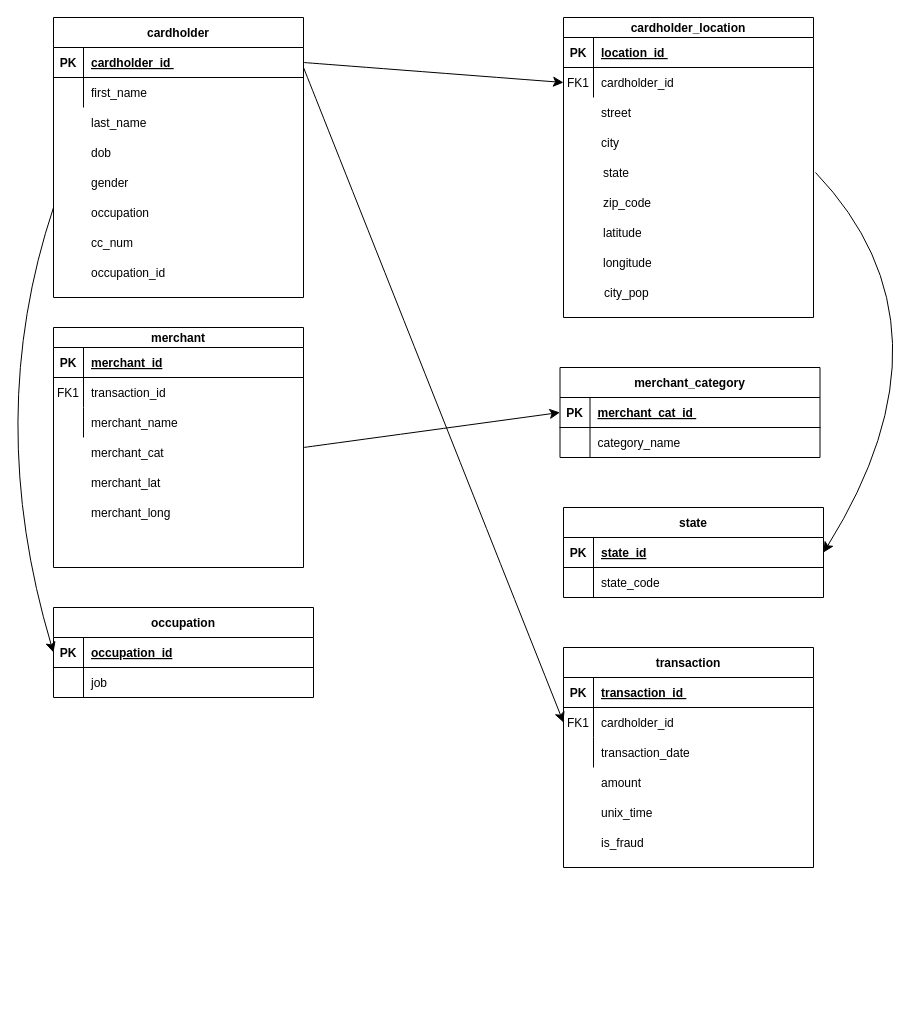
Before: Database_Schema.drawio in COP3710CreditCardFraudDetection/CCFraudDetectionDB, a draw.io diagram. Source tidied: cells renumbered, new cells numbered last; positions are measured from the earlier drawing's top-left corner, leaving out a move shared by most shapes. Both pictures are drawn from the tidied source at 100%, with x=0, y=0 at pixel (-17, 17).
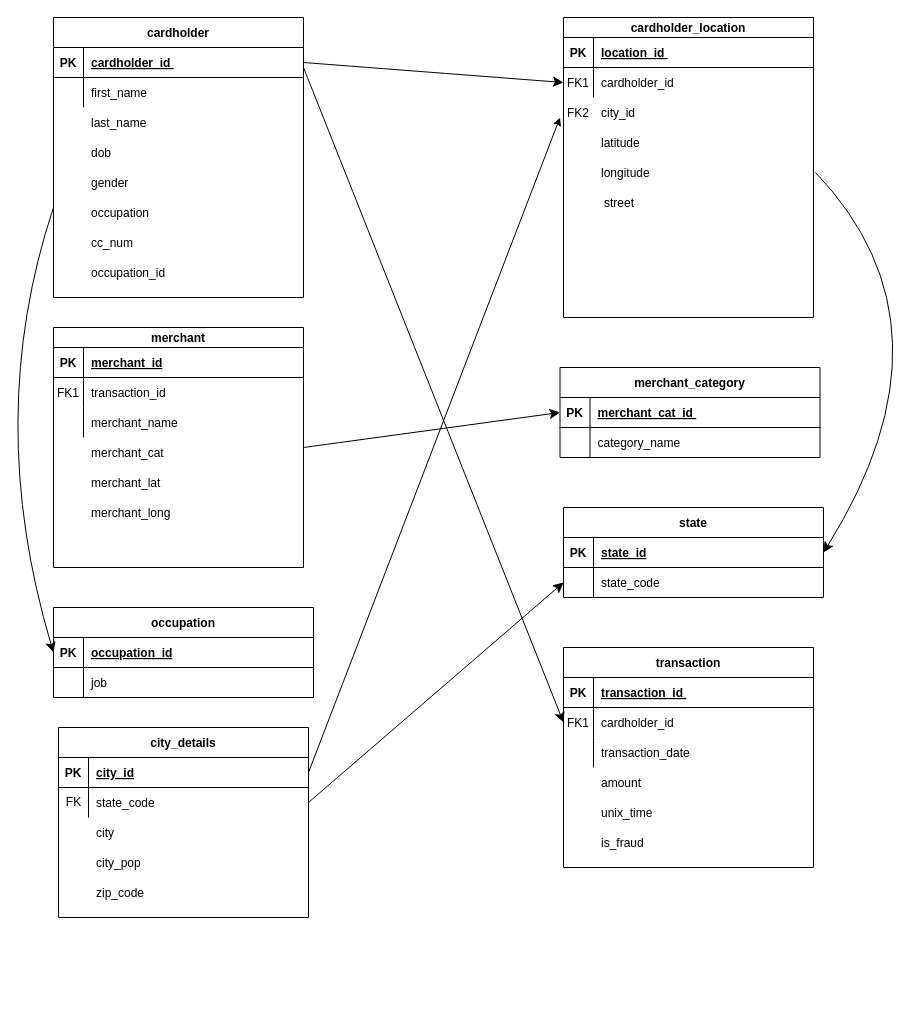
The same diagram, later.

Commit message:
Update schema with table city_details

The change refers to these unchanged cells:
```xml
<mxCell id="46" style="group;" parent="1" vertex="1">
  <mxGeometry x="580" width="253" height="300" as="geometry" />
</mxCell>
<mxCell id="80" style="shape=partialRectangle;fillColor=none;points=[[0,0.5],[1,0.5]];portConstraint=eastwest;top=0;left=0;right=0;bottom=0;" parent="76" vertex="1">
  <mxGeometry y="60" width="260" height="30" as="geometry" />
</mxCell>
```

Diff of the diagram source:
```diff
@@
-    <mxCell id="54" value="street " style="shape=partialRectangle;overflow=hidden;fillColor=none;top=0;left=0;bottom=0;right=0;align=left;spacingLeft=6;" parent="46" vertex="1">
+    <mxCell id="54" style="shape=partialRectangle;overflow=hidden;fillColor=none;top=0;left=0;bottom=0;right=0;align=left;spacingLeft=6;" parent="46" vertex="1">
       <mxGeometry x="30" y="80" width="220" height="30" as="geometry" />
     </mxCell>
-    <mxCell id="55" value="city " style="shape=partialRectangle;overflow=hidden;fillColor=none;top=0;left=0;bottom=0;right=0;align=left;spacingLeft=6;" parent="46" vertex="1">
+    <mxCell id="55" style="shape=partialRectangle;overflow=hidden;fillColor=none;top=0;left=0;bottom=0;right=0;align=left;spacingLeft=6;" parent="46" vertex="1">
       <mxGeometry x="30" y="110" width="220" height="30" as="geometry" />
     </mxCell>
-    <mxCell id="56" value="state " style="shape=partialRectangle;overflow=hidden;fillColor=none;top=0;left=0;bottom=0;right=0;align=left;spacingLeft=6;" parent="46" vertex="1">
+    <mxCell id="56" style="shape=partialRectangle;overflow=hidden;fillColor=none;top=0;left=0;bottom=0;right=0;align=left;spacingLeft=6;" parent="46" vertex="1">
       <mxGeometry x="32" y="140" width="220" height="30" as="geometry" />
     </mxCell>
-    <mxCell id="57" value="zip_code " style="shape=partialRectangle;overflow=hidden;fillColor=none;top=0;left=0;bottom=0;right=0;align=left;spacingLeft=6;" parent="46" vertex="1">
+    <mxCell id="57" style="shape=partialRectangle;overflow=hidden;fillColor=none;top=0;left=0;bottom=0;right=0;align=left;spacingLeft=6;" parent="46" vertex="1">
       <mxGeometry x="32" y="170" width="220" height="30" as="geometry" />
     </mxCell>
     <mxCell id="58" value="latitude " style="shape=partialRectangle;overflow=hidden;fillColor=none;top=0;left=0;bottom=0;right=0;align=left;spacingLeft=6;" parent="46" vertex="1">
-      <mxGeometry x="32" y="200" width="220" height="30" as="geometry" />
+      <mxGeometry x="30" y="110" width="220" height="30" as="geometry" />
     </mxCell>
     <mxCell id="59" value="longitude " style="shape=partialRectangle;overflow=hidden;fillColor=none;top=0;left=0;bottom=0;right=0;align=left;spacingLeft=6;" parent="46" vertex="1">
-      <mxGeometry x="32" y="230" width="220" height="30" as="geometry" />
+      <mxGeometry x="30" y="140" width="220" height="30" as="geometry" />
     </mxCell>
-    <mxCell id="60" value="city_pop " style="shape=partialRectangle;overflow=hidden;fillColor=none;top=0;left=0;bottom=0;right=0;align=left;spacingLeft=6;" parent="46" vertex="1">
+    <mxCell id="60" style="shape=partialRectangle;overflow=hidden;fillColor=none;top=0;left=0;bottom=0;right=0;align=left;spacingLeft=6;" parent="46" vertex="1">
       <mxGeometry x="33" y="260" width="220" height="30" as="geometry" />
     </mxCell>
+    <mxCell id="87" value="city_id" style="shape=partialRectangle;overflow=hidden;fillColor=none;top=0;left=0;bottom=0;right=0;align=left;spacingLeft=6;" parent="46" vertex="1">
+      <mxGeometry x="30" y="80" width="220" height="30" as="geometry" />
+    </mxCell>
+    <mxCell id="88" value="street" style="shape=partialRectangle;overflow=hidden;fillColor=none;top=0;left=0;bottom=0;right=0;align=left;spacingLeft=6;" parent="46" vertex="1">
+      <mxGeometry x="33" y="170" width="220" height="30" as="geometry" />
+    </mxCell>
+    <mxCell id="89" value="FK2" style="shape=partialRectangle;overflow=hidden;fillColor=none;top=0;left=0;bottom=0;right=0;" parent="46" vertex="1">
+      <mxGeometry y="80" width="30" height="30" as="geometry" />
+    </mxCell>
@@
+    <mxCell id="90" style="group;" parent="1" vertex="1">
+      <mxGeometry x="80" y="710" width="250" height="280" as="geometry" />
+    </mxCell>
+    <mxCell id="91" value="city_details" style="shape=table;startSize=30;childLayout=tableLayout;rowLines=0;fontStyle=1;align=center;" parent="90" vertex="1">
+      <mxGeometry x="-5" width="250" height="190" as="geometry" />
+    </mxCell>
+    <mxCell id="92" style="shape=partialRectangle;fillColor=none;points=[[0,0.5],[1,0.5]];portConstraint=eastwest;top=0;left=0;right=0;bottom=1;" parent="91" vertex="1">
+      <mxGeometry y="30" width="250" height="30" as="geometry" />
+    </mxCell>
+    <mxCell id="93" value="PK" style="shape=partialRectangle;overflow=hidden;fillColor=none;top=0;left=0;bottom=0;right=0;fontStyle=1;" parent="92" vertex="1">
+      <mxGeometry width="30" height="30" as="geometry" />
+    </mxCell>
+    <mxCell id="94" value="city_id" style="shape=partialRectangle;overflow=hidden;fillColor=none;top=0;left=0;bottom=0;right=0;align=left;spacingLeft=6;fontStyle=5;" parent="92" vertex="1">
+      <mxGeometry x="30" width="220" height="30" as="geometry" />
+    </mxCell>
+    <mxCell id="95" style="shape=partialRectangle;fillColor=none;points=[[0,0.5],[1,0.5]];portConstraint=eastwest;top=0;left=0;right=0;bottom=0;" parent="91" vertex="1">
+      <mxGeometry y="60" width="250" height="30" as="geometry" />
+    </mxCell>
+    <mxCell id="96" style="shape=partialRectangle;overflow=hidden;fillColor=none;top=0;left=0;bottom=0;right=0;" parent="95" vertex="1">
+      <mxGeometry width="30" height="30" as="geometry" />
+    </mxCell>
+    <mxCell id="97" value="state_code" style="shape=partialRectangle;overflow=hidden;fillColor=none;top=0;left=0;bottom=0;right=0;align=left;spacingLeft=6;" parent="95" vertex="1">
+      <mxGeometry x="30" width="220" height="30" as="geometry" />
+    </mxCell>
+    <mxCell id="98" value="city" style="shape=partialRectangle;overflow=hidden;fillColor=none;top=0;left=0;bottom=0;right=0;align=left;spacingLeft=6;" parent="90" vertex="1">
+      <mxGeometry x="25" y="90" width="220" height="30" as="geometry" />
+    </mxCell>
+    <mxCell id="99" value="zip_code" style="shape=partialRectangle;overflow=hidden;fillColor=none;top=0;left=0;bottom=0;right=0;align=left;spacingLeft=6;" parent="90" vertex="1">
+      <mxGeometry x="25" y="150" width="220" height="30" as="geometry" />
+    </mxCell>
+    <mxCell id="100" value="city_pop" style="shape=partialRectangle;overflow=hidden;fillColor=none;top=0;left=0;bottom=0;right=0;align=left;spacingLeft=6;" parent="90" vertex="1">
+      <mxGeometry x="25" y="120" width="220" height="30" as="geometry" />
+    </mxCell>
+    <mxCell id="101" style="shape=partialRectangle;overflow=hidden;fillColor=none;top=0;left=0;bottom=0;right=0;align=left;spacingLeft=6;" parent="90" vertex="1">
+      <mxGeometry x="30" y="180" width="220" height="30" as="geometry" />
+    </mxCell>
+    <mxCell id="102" style="shape=partialRectangle;overflow=hidden;fillColor=none;top=0;left=0;bottom=0;right=0;align=left;spacingLeft=6;" parent="90" vertex="1">
+      <mxGeometry x="30" y="240" width="220" height="30" as="geometry" />
+    </mxCell>
+    <mxCell id="103" value="FK" style="text;html=1;align=center;verticalAlign=middle;strokeColor=none;fillColor=none;" parent="90" vertex="1">
+      <mxGeometry x="-10" y="60" width="40" height="30" as="geometry" />
+    </mxCell>
+    <mxCell id="104" style="endArrow=classic;html=1;rounded=0;fontSize=12;startSize=8;endSize=8;curved=1;exitX=1;exitY=0.5;exitDx=0;exitDy=0;entryX=0;entryY=0.5;entryDx=0;entryDy=0;" parent="1" edge="1" source="95" target="80">
+      <mxGeometry relative="1" as="geometry" />
+    </mxCell>
+    <mxCell id="105" style="endArrow=classic;html=1;rounded=0;exitX=1;exitY=0.5;exitDx=0;exitDy=0;" parent="1" edge="1" source="92">
+      <mxGeometry relative="1" as="geometry">
+        <mxPoint x="576.5" y="100" as="targetPoint" />
+      </mxGeometry>
+    </mxCell>
```
